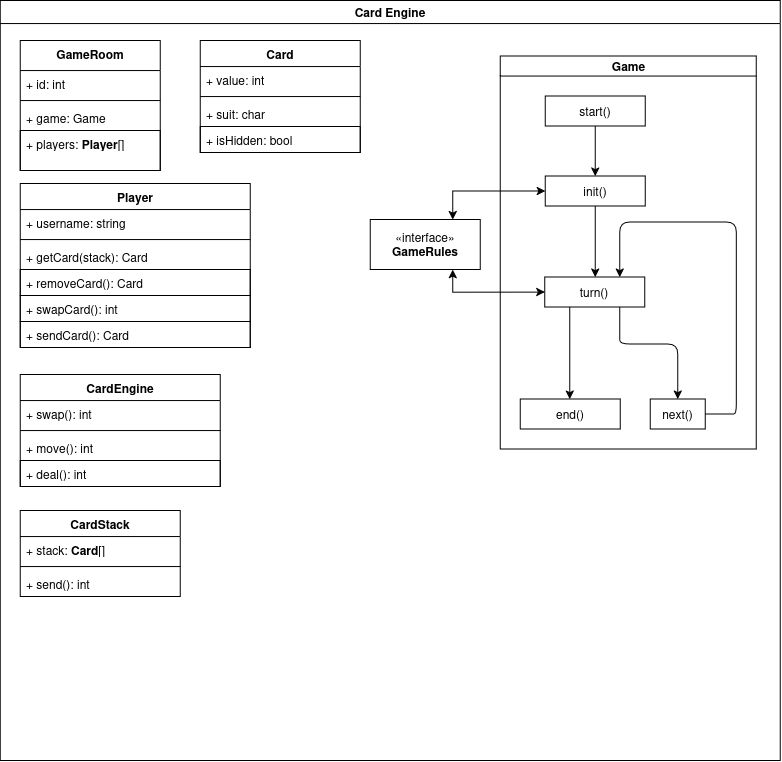
The draw.io diagram docs/specification/card-engine/CardEngineDiagram.png in Shornana/card-game-online, before a commit. Source tidied: cells renumbered, new cells last; positions are measured from the earlier drawing's top-left corner, leaving out a move shared by most shapes.
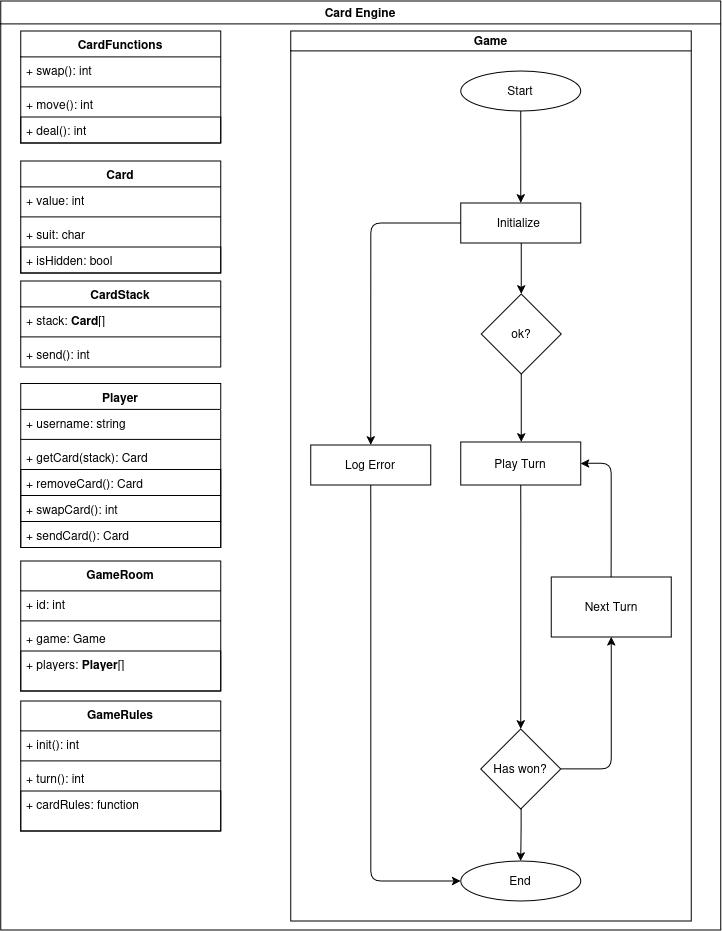
Later version of the same file.

Commit message:
Improved diagram with better control.

Change to the diagram source:
```diff
@@ -3,133 +3,173 @@
     <mxCell id="0" />
     <mxCell id="1" parent="0" />
     <mxCell id="2" value="Card Engine" style="swimlane;whiteSpace=wrap;html=1;" parent="1" vertex="1">
-      <mxGeometry x="65" y="70" width="780" height="760" as="geometry" />
+      <mxGeometry x="65" y="70" width="720" height="929" as="geometry" />
     </mxCell>
     <mxCell id="3" value="&lt;div&gt;Card&lt;/div&gt;&lt;div&gt;&lt;br&gt;&lt;/div&gt;" style="swimlane;fontStyle=1;align=center;verticalAlign=top;horizontal=1;startSize=26;whiteSpace=wrap;html=1;" parent="2" vertex="1">
-      <mxGeometry x="200" y="40" width="160" height="112" as="geometry" />
+      <mxGeometry x="20" y="160" width="200" height="112" as="geometry" />
     </mxCell>
     <mxCell id="4" value="+ value: int" style="text;strokeColor=none;fillColor=none;align=left;verticalAlign=top;spacingLeft=4;spacingRight=4;overflow=hidden;whiteSpace=wrap;html=1;" parent="3" vertex="1">
-      <mxGeometry y="26" width="160" height="26" as="geometry" />
+      <mxGeometry y="26" width="200" height="26" as="geometry" />
     </mxCell>
     <mxCell id="5" style="line;strokeWidth=1;fillColor=none;align=left;verticalAlign=middle;spacingTop=-1;spacingLeft=3;spacingRight=3;labelPosition=right;strokeColor=inherit;" parent="3" vertex="1">
-      <mxGeometry y="52" width="160" height="8" as="geometry" />
+      <mxGeometry y="52" width="200" height="8" as="geometry" />
     </mxCell>
     <mxCell id="6" value="+ suit: char" style="text;strokeColor=none;fillColor=none;align=left;verticalAlign=top;spacingLeft=4;spacingRight=4;overflow=hidden;whiteSpace=wrap;html=1;" parent="3" vertex="1">
-      <mxGeometry y="60" width="160" height="26" as="geometry" />
+      <mxGeometry y="60" width="200" height="26" as="geometry" />
     </mxCell>
     <mxCell id="7" value="+ isHidden: bool" style="text;strokeColor=default;fillColor=none;align=left;verticalAlign=top;spacingLeft=4;spacingRight=4;overflow=hidden;whiteSpace=wrap;html=1;" parent="3" vertex="1">
-      <mxGeometry y="86" width="160" height="26" as="geometry" />
+      <mxGeometry y="86" width="200" height="26" as="geometry" />
     </mxCell>
     <mxCell id="8" value="&lt;div&gt;CardStack&lt;/div&gt;" style="swimlane;fontStyle=1;align=center;verticalAlign=top;horizontal=1;startSize=26;whiteSpace=wrap;html=1;" parent="2" vertex="1">
-      <mxGeometry x="20" y="510" width="160" height="86" as="geometry" />
+      <mxGeometry x="20" y="280" width="200" height="86" as="geometry" />
     </mxCell>
     <mxCell id="9" value="+ stack: &lt;b&gt;Card&lt;/b&gt;[]" style="text;strokeColor=none;fillColor=none;align=left;verticalAlign=top;spacingLeft=4;spacingRight=4;overflow=hidden;whiteSpace=wrap;html=1;" parent="8" vertex="1">
-      <mxGeometry y="26" width="160" height="26" as="geometry" />
+      <mxGeometry y="26" width="200" height="26" as="geometry" />
     </mxCell>
     <mxCell id="10" style="line;strokeWidth=1;fillColor=none;align=left;verticalAlign=middle;spacingTop=-1;spacingLeft=3;spacingRight=3;labelPosition=right;strokeColor=inherit;" parent="8" vertex="1">
-      <mxGeometry y="52" width="160" height="8" as="geometry" />
+      <mxGeometry y="52" width="200" height="8" as="geometry" />
     </mxCell>
     <mxCell id="11" value="+ send(): int" style="text;strokeColor=none;fillColor=none;align=left;verticalAlign=top;spacingLeft=4;spacingRight=4;overflow=hidden;whiteSpace=wrap;html=1;" parent="8" vertex="1">
-      <mxGeometry y="60" width="160" height="26" as="geometry" />
+      <mxGeometry y="60" width="200" height="26" as="geometry" />
     </mxCell>
     <mxCell id="12" value="Player" style="swimlane;fontStyle=1;align=center;verticalAlign=top;horizontal=1;startSize=26;whiteSpace=wrap;html=1;" parent="2" vertex="1">
-      <mxGeometry x="20" y="183" width="230" height="164" as="geometry" />
+      <mxGeometry x="20" y="382.5" width="200" height="164" as="geometry" />
     </mxCell>
     <mxCell id="13" value="+ username: string" style="text;strokeColor=none;fillColor=none;align=left;verticalAlign=top;spacingLeft=4;spacingRight=4;overflow=hidden;whiteSpace=wrap;html=1;" parent="12" vertex="1">
-      <mxGeometry y="26" width="230" height="26" as="geometry" />
+      <mxGeometry y="26" width="200" height="26" as="geometry" />
     </mxCell>
     <mxCell id="14" style="line;strokeWidth=1;fillColor=none;align=left;verticalAlign=middle;spacingTop=-1;spacingLeft=3;spacingRight=3;labelPosition=right;strokeColor=inherit;" parent="12" vertex="1">
-      <mxGeometry y="52" width="230" height="8" as="geometry" />
+      <mxGeometry y="52" width="200" height="8" as="geometry" />
     </mxCell>
     <mxCell id="15" value="+ getCard(stack): Card" style="text;strokeColor=none;fillColor=none;align=left;verticalAlign=top;spacingLeft=4;spacingRight=4;overflow=hidden;whiteSpace=wrap;html=1;" parent="12" vertex="1">
-      <mxGeometry y="60" width="230" height="26" as="geometry" />
+      <mxGeometry y="60" width="200" height="26" as="geometry" />
     </mxCell>
     <mxCell id="16" value="+ removeCard(): Card" style="text;strokeColor=default;fillColor=none;align=left;verticalAlign=top;spacingLeft=4;spacingRight=4;overflow=hidden;whiteSpace=wrap;html=1;" parent="12" vertex="1">
-      <mxGeometry y="86" width="230" height="26" as="geometry" />
+      <mxGeometry y="86" width="200" height="26" as="geometry" />
     </mxCell>
     <mxCell id="17" value="+ swapCard(): int" style="text;strokeColor=default;fillColor=none;align=left;verticalAlign=top;spacingLeft=4;spacingRight=4;overflow=hidden;whiteSpace=wrap;html=1;" parent="12" vertex="1">
-      <mxGeometry y="112" width="230" height="26" as="geometry" />
+      <mxGeometry y="112" width="200" height="26" as="geometry" />
     </mxCell>
     <mxCell id="18" value="+ sendCard(): Card" style="text;strokeColor=default;fillColor=none;align=left;verticalAlign=top;spacingLeft=4;spacingRight=4;overflow=hidden;whiteSpace=wrap;html=1;" parent="12" vertex="1">
-      <mxGeometry y="138" width="230" height="26" as="geometry" />
+      <mxGeometry y="138" width="200" height="26" as="geometry" />
     </mxCell>
     <mxCell id="19" value="&lt;div&gt;Game&lt;/div&gt;" style="swimlane;html=1;startSize=20;horizontal=1;fontSize=12;transparentBounds=1;groupPadding=20;containerType=tree;" parent="2" vertex="1">
-      <mxGeometry x="-65" y="-70" width="896" height="600" as="geometry" />
+      <mxGeometry x="-65" y="-70" width="975" height="840" as="geometry" />
     </mxCell>
-    <mxCell id="20" value="start()" style="whiteSpace=wrap;html=1;" parent="19" vertex="1">
-      <mxGeometry x="610" y="165.5" width="100" height="30" as="geometry" />
-    </mxCell>
-    <mxCell id="21" value="init()" style="whiteSpace=wrap;html=1;" parent="19" vertex="1">
-      <mxGeometry x="610" y="245.5" width="100" height="30" as="geometry" />
-    </mxCell>
-    <mxCell id="22" style="edgeStyle=orthogonalEdgeStyle;rounded=1;jettySize=auto;html=1;exitX=1;exitY=0.5;exitDx=0;exitDy=0;entryX=0.75;entryY=0;entryDx=0;entryDy=0;curved=0;" parent="19" edge="1" source="23" target="27">
-      <mxGeometry relative="1" as="geometry">
-        <Array as="points">
-          <mxPoint x="791" y="483.5" />
-          <mxPoint x="801" y="483.5" />
-          <mxPoint x="801" y="291.5" />
-          <mxPoint x="684.5" y="291.5" />
-          <mxPoint x="684.5" y="325.5" />
-        </Array>
-      </mxGeometry>
-    </mxCell>
-    <mxCell id="23" value="&lt;div&gt;next()&lt;/div&gt;" style="whiteSpace=wrap;html=1;" parent="19" vertex="1">
-      <mxGeometry x="715" y="468.5" width="55" height="30" as="geometry" />
-    </mxCell>
-    <mxCell id="24" style="html=1;rounded=1;curved=0;sourcePerimeterSpacing=0;targetPerimeterSpacing=0;startSize=6;endSize=6;edgeStyle=orthogonalEdgeStyle;exitX=0.5;exitY=1;entryX=0.5;entryY=0;" parent="19" edge="1" source="20" target="21">
-      <mxGeometry relative="1" as="geometry">
-        <Array as="points">
-          <mxPoint x="660" y="220.5" />
-        </Array>
-      </mxGeometry>
-    </mxCell>
-    <mxCell id="25" style="html=1;rounded=1;curved=0;sourcePerimeterSpacing=0;targetPerimeterSpacing=0;startSize=6;endSize=6;edgeStyle=orthogonalEdgeStyle;exitX=0.5;exitY=1;entryX=0.505;entryY=0;" parent="19" edge="1" source="21" target="27">
-      <mxGeometry relative="1" as="geometry">
-        <Array as="points">
-          <mxPoint x="660" y="310.5" />
-        </Array>
-      </mxGeometry>
-    </mxCell>
-    <mxCell id="26" style="edgeStyle=orthogonalEdgeStyle;rounded=1;jettySize=auto;html=1;exitX=0.75;exitY=1;exitDx=0;exitDy=0;entryX=0.5;entryY=0;entryDx=0;entryDy=0;curved=0;" parent="19" edge="1" source="27" target="23">
-      <mxGeometry relative="1" as="geometry">
-        <Array as="points">
-          <mxPoint x="684.5" y="397.5" />
-          <mxPoint x="684.5" y="413.5" />
-          <mxPoint x="742.5" y="413.5" />
-          <mxPoint x="742.5" y="447.5" />
-        </Array>
-      </mxGeometry>
-    </mxCell>
-    <mxCell id="27" value="turn()" style="rounded=0;whiteSpace=wrap;html=1;" parent="19" vertex="1">
-      <mxGeometry x="609.5" y="346.5" width="100" height="30" as="geometry" />
-    </mxCell>
-    <mxCell id="28" value="end()" style="rounded=0;whiteSpace=wrap;html=1;" parent="19" vertex="1">
-      <mxGeometry x="585" y="468.5" width="100" height="30" as="geometry" />
-    </mxCell>
-    <mxCell id="29" style="html=1;rounded=1;curved=0;sourcePerimeterSpacing=0;targetPerimeterSpacing=0;startSize=6;endSize=6;edgeStyle=orthogonalEdgeStyle;exitX=0.25;exitY=1;exitDx=0;exitDy=0;entryX=0.495;entryY=0;" parent="19" edge="1" source="27" target="28">
-      <mxGeometry relative="1" as="geometry">
-        <Array as="points">
-          <mxPoint x="634.5" y="387.5" />
-        </Array>
-      </mxGeometry>
-    </mxCell>
+    <mxCell id="43" style="edgeStyle=orthogonalEdgeStyle;rounded=1;jettySize=auto;html=1;exitX=0.5;exitY=1;exitDx=0;exitDy=0;entryX=0.5;entryY=0;entryDx=0;entryDy=0;curved=0;" parent="19" edge="1" source="44" target="46">
+      <mxGeometry relative="1" as="geometry">
+        <Array as="points">
+          <mxPoint x="585" y="201" />
+          <mxPoint x="585" y="251" />
+        </Array>
+      </mxGeometry>
+    </mxCell>
+    <mxCell id="44" value="&lt;div&gt;&lt;br&gt;&lt;/div&gt;&lt;div&gt;Start&lt;/div&gt;" style="ellipse;whiteSpace=wrap;html=1;shapeInside=1;" parent="19" vertex="1">
+      <mxGeometry x="525" y="140" width="120" height="40" as="geometry" />
+    </mxCell>
+    <mxCell id="45" style="edgeStyle=orthogonalEdgeStyle;rounded=1;jettySize=auto;html=1;exitX=0;exitY=0.5;exitDx=0;exitDy=0;entryX=0.5;entryY=0;entryDx=0;entryDy=0;curved=0;" parent="19" edge="1" source="46" target="57">
+      <mxGeometry relative="1" as="geometry">
+        <Array as="points">
+          <mxPoint x="504" y="292" />
+          <mxPoint x="435" y="292" />
+          <mxPoint x="435" y="493" />
+        </Array>
+      </mxGeometry>
+    </mxCell>
+    <mxCell id="46" value="Initialize&amp;nbsp;" style="rounded=0;whiteSpace=wrap;html=1;" parent="19" vertex="1">
+      <mxGeometry x="525" y="272" width="120" height="40" as="geometry" />
+    </mxCell>
+    <mxCell id="47" value="&lt;div&gt;&lt;br&gt;&lt;/div&gt;&lt;div&gt;&lt;br&gt;&lt;/div&gt;&lt;div&gt;ok?&lt;/div&gt;" style="rhombus;whiteSpace=wrap;html=1;shapeInside=1;" parent="19" vertex="1">
+      <mxGeometry x="545.5" y="363" width="80" height="80" as="geometry" />
+    </mxCell>
+    <mxCell id="48" style="edgeStyle=orthogonalEdgeStyle;rounded=1;jettySize=auto;html=1;curved=0;exitX=0.5042;exitY=1;entryX=0.5;entryY=0;" parent="19" edge="1" source="46" target="47">
+      <mxGeometry relative="1" as="geometry">
+        <Array as="points">
+          <mxPoint x="585.5" y="338" />
+        </Array>
+      </mxGeometry>
+    </mxCell>
+    <mxCell id="49" style="edgeStyle=orthogonalEdgeStyle;rounded=1;jettySize=auto;html=1;exitX=0.5;exitY=1;exitDx=0;exitDy=0;entryX=0.5;entryY=0;entryDx=0;entryDy=0;curved=0;" parent="19" edge="1" source="50" target="53">
+      <mxGeometry relative="1" as="geometry">
+        <Array as="points">
+          <mxPoint x="585" y="575" />
+          <mxPoint x="585" y="777" />
+        </Array>
+      </mxGeometry>
+    </mxCell>
+    <mxCell id="50" value="Play Turn" style="rounded=0;whiteSpace=wrap;html=1;" parent="19" vertex="1">
+      <mxGeometry x="525" y="511" width="120" height="43" as="geometry" />
+    </mxCell>
+    <mxCell id="51" style="edgeStyle=orthogonalEdgeStyle;rounded=1;jettySize=auto;html=1;curved=0;exitX=0.5;exitY=1;entryX=0.5042;entryY=0;" parent="19" edge="1" source="47" target="50">
+      <mxGeometry relative="1" as="geometry">
+        <Array as="points">
+          <mxPoint x="585.5" y="476.5" />
+        </Array>
+      </mxGeometry>
+    </mxCell>
+    <mxCell id="52" style="edgeStyle=orthogonalEdgeStyle;rounded=1;jettySize=auto;html=1;exitX=1;exitY=0.5;exitDx=0;exitDy=0;curved=0;entryX=0.5;entryY=1;entryDx=0;entryDy=0;" parent="19" edge="1" source="53" target="59">
+      <mxGeometry relative="1" as="geometry">
+        <Array as="points">
+          <mxPoint x="646" y="838" />
+          <mxPoint x="675.5" y="838" />
+          <mxPoint x="675.5" y="727" />
+        </Array>
+      </mxGeometry>
+    </mxCell>
+    <mxCell id="53" value="&lt;div&gt;&lt;br&gt;&lt;/div&gt;&lt;div&gt;&lt;br&gt;&lt;/div&gt;&lt;div&gt;Has won?&lt;/div&gt;" style="rhombus;whiteSpace=wrap;html=1;shapeInside=1;" parent="19" vertex="1">
+      <mxGeometry x="545" y="798" width="80" height="80" as="geometry" />
+    </mxCell>
+    <mxCell id="54" value="&lt;div&gt;&lt;br&gt;&lt;/div&gt;&lt;div&gt;End&lt;/div&gt;&lt;br&gt;&lt;div&gt;&lt;br/&gt;&lt;/div&gt;" style="ellipse;whiteSpace=wrap;html=1;shapeInside=1;" parent="19" vertex="1">
+      <mxGeometry x="525" y="930" width="120" height="40" as="geometry" />
+    </mxCell>
+    <mxCell id="55" style="edgeStyle=orthogonalEdgeStyle;rounded=1;jettySize=auto;html=1;curved=0;exitX=0.5063;exitY=1;entryX=0.5042;entryY=0;" parent="19" edge="1" source="53" target="54">
+      <mxGeometry relative="1" as="geometry">
+        <Array as="points">
+          <mxPoint x="585.5" y="904" />
+        </Array>
+      </mxGeometry>
+    </mxCell>
+    <mxCell id="56" style="edgeStyle=orthogonalEdgeStyle;rounded=1;jettySize=auto;html=1;exitX=0.5;exitY=1;exitDx=0;exitDy=0;entryX=0;entryY=0.5;entryDx=0;entryDy=0;curved=0;" parent="19" edge="1" source="57" target="54">
+      <mxGeometry relative="1" as="geometry">
+        <Array as="points">
+          <mxPoint x="435" y="575" />
+          <mxPoint x="435" y="950" />
+          <mxPoint x="504" y="950" />
+        </Array>
+      </mxGeometry>
+    </mxCell>
+    <mxCell id="57" value="Log Error" style="rounded=0;whiteSpace=wrap;html=1;" parent="19" vertex="1">
+      <mxGeometry x="375" y="514" width="120" height="40" as="geometry" />
+    </mxCell>
+    <mxCell id="58" style="edgeStyle=orthogonalEdgeStyle;rounded=1;jettySize=auto;html=1;exitX=0.5;exitY=0;exitDx=0;exitDy=0;entryX=1;entryY=0.5;entryDx=0;entryDy=0;curved=0;" parent="19" edge="1" source="59" target="50">
+      <mxGeometry relative="1" as="geometry">
+        <Array as="points">
+          <mxPoint x="675.5" y="625" />
+          <mxPoint x="675.5" y="532.5" />
+          <mxPoint x="666" y="532.5" />
+        </Array>
+      </mxGeometry>
+    </mxCell>
+    <mxCell id="59" value="Next Turn" style="rounded=0;whiteSpace=wrap;html=1;" parent="19" vertex="1">
+      <mxGeometry x="615.5" y="646" width="120" height="60" as="geometry" />
+    </mxCell>
     <mxCell id="30" value="GameRoom" style="swimlane;fontStyle=1;align=center;verticalAlign=top;horizontal=1;startSize=30;whiteSpace=wrap;html=1;" parent="2" vertex="1">
-      <mxGeometry x="20" y="40" width="140" height="130" as="geometry" />
+      <mxGeometry x="20" y="560" width="200" height="130" as="geometry" />
     </mxCell>
     <mxCell id="31" value="+ id: int" style="text;strokeColor=none;fillColor=none;align=left;verticalAlign=top;spacingLeft=4;spacingRight=4;overflow=hidden;whiteSpace=wrap;html=1;" parent="30" vertex="1">
-      <mxGeometry y="30" width="140" height="26" as="geometry" />
+      <mxGeometry y="30" width="200" height="26" as="geometry" />
     </mxCell>
     <mxCell id="32" style="line;strokeWidth=1;fillColor=none;align=left;verticalAlign=middle;spacingTop=-1;spacingLeft=3;spacingRight=3;labelPosition=right;strokeColor=inherit;" parent="30" vertex="1">
-      <mxGeometry y="56" width="140" height="8" as="geometry" />
+      <mxGeometry y="56" width="200" height="8" as="geometry" />
     </mxCell>
     <mxCell id="33" value="+ game: Game" style="text;strokeColor=none;fillColor=none;align=left;verticalAlign=top;spacingLeft=4;spacingRight=4;overflow=hidden;whiteSpace=wrap;html=1;" parent="30" vertex="1">
-      <mxGeometry y="64" width="140" height="26" as="geometry" />
+      <mxGeometry y="64" width="200" height="26" as="geometry" />
     </mxCell>
     <mxCell id="34" value="+ players: &lt;b&gt;Player&lt;/b&gt;[]" style="text;strokeColor=default;fillColor=none;align=left;verticalAlign=top;spacingLeft=4;spacingRight=4;overflow=hidden;whiteSpace=wrap;html=1;" parent="30" vertex="1">
-      <mxGeometry y="90" width="140" height="40" as="geometry" />
+      <mxGeometry y="90" width="200" height="40" as="geometry" />
     </mxCell>
-    <mxCell id="35" value="CardEngine" style="swimlane;fontStyle=1;align=center;verticalAlign=top;horizontal=1;startSize=26;whiteSpace=wrap;html=1;" parent="2" vertex="1">
-      <mxGeometry x="20" y="374" width="200" height="112" as="geometry" />
+    <mxCell id="35" value="CardFunctions" style="swimlane;fontStyle=1;align=center;verticalAlign=top;horizontal=1;startSize=26;whiteSpace=wrap;html=1;" parent="2" vertex="1">
+      <mxGeometry x="20" y="30" width="200" height="112" as="geometry" />
     </mxCell>
     <mxCell id="36" value="+ swap(): int" style="text;strokeColor=none;fillColor=none;align=left;verticalAlign=top;spacingLeft=4;spacingRight=4;overflow=hidden;whiteSpace=wrap;html=1;" parent="35" vertex="1">
       <mxGeometry y="26" width="200" height="26" as="geometry" />
@@ -143,14 +183,20 @@
     <mxCell id="39" value="+ deal(): int" style="text;strokeColor=default;fillColor=none;align=left;verticalAlign=top;spacingLeft=4;spacingRight=4;overflow=hidden;whiteSpace=wrap;html=1;" parent="35" vertex="1">
       <mxGeometry y="86" width="200" height="26" as="geometry" />
     </mxCell>
-    <mxCell id="40" value="&lt;div&gt;«interface»&lt;/div&gt;&lt;div&gt;&lt;b&gt;GameRules&lt;/b&gt;&lt;/div&gt;" style="html=1;whiteSpace=wrap;" parent="2" vertex="1">
-      <mxGeometry x="370" y="219" width="110" height="50" as="geometry" />
-    </mxCell>
-    <mxCell id="41" style="edgeStyle=orthogonalEdgeStyle;rounded=0;jettySize=auto;html=1;exitX=0;exitY=0.5;exitDx=0;exitDy=0;entryX=0.75;entryY=0;entryDx=0;entryDy=0;strokeColor=default;startArrow=classic;startFill=1;" parent="2" edge="1" source="21" target="40">
-      <mxGeometry relative="1" as="geometry" />
-    </mxCell>
-    <mxCell id="42" style="edgeStyle=orthogonalEdgeStyle;rounded=0;jettySize=auto;html=1;exitX=0;exitY=0.5;exitDx=0;exitDy=0;entryX=0.75;entryY=1;entryDx=0;entryDy=0;startArrow=classic;startFill=1;" parent="2" edge="1" source="27" target="40">
-      <mxGeometry relative="1" as="geometry" />
-    </mxCell>
+    <mxCell id="60" value="GameRules" style="swimlane;fontStyle=1;align=center;verticalAlign=top;horizontal=1;startSize=30;whiteSpace=wrap;html=1;" parent="2" vertex="1">
+      <mxGeometry x="20" y="700" width="200" height="130" as="geometry" />
+    </mxCell>
+    <mxCell id="61" value="+ init(): int" style="text;strokeColor=none;fillColor=none;align=left;verticalAlign=top;spacingLeft=4;spacingRight=4;overflow=hidden;whiteSpace=wrap;html=1;" parent="60" vertex="1">
+      <mxGeometry y="30" width="200" height="26" as="geometry" />
+    </mxCell>
+    <mxCell id="62" style="line;strokeWidth=1;fillColor=none;align=left;verticalAlign=middle;spacingTop=-1;spacingLeft=3;spacingRight=3;labelPosition=right;strokeColor=inherit;" parent="60" vertex="1">
+      <mxGeometry y="56" width="200" height="8" as="geometry" />
+    </mxCell>
+    <mxCell id="63" value="+ turn(): int" style="text;strokeColor=none;fillColor=none;align=left;verticalAlign=top;spacingLeft=4;spacingRight=4;overflow=hidden;whiteSpace=wrap;html=1;" parent="60" vertex="1">
+      <mxGeometry y="64" width="200" height="26" as="geometry" />
+    </mxCell>
+    <mxCell id="64" value="+ cardRules: function" style="text;strokeColor=default;fillColor=none;align=left;verticalAlign=top;spacingLeft=4;spacingRight=4;overflow=hidden;whiteSpace=wrap;html=1;" parent="60" vertex="1">
+      <mxGeometry y="90" width="200" height="40" as="geometry" />
+    </mxCell>
   </root>
 </mxGraphModel>
```
